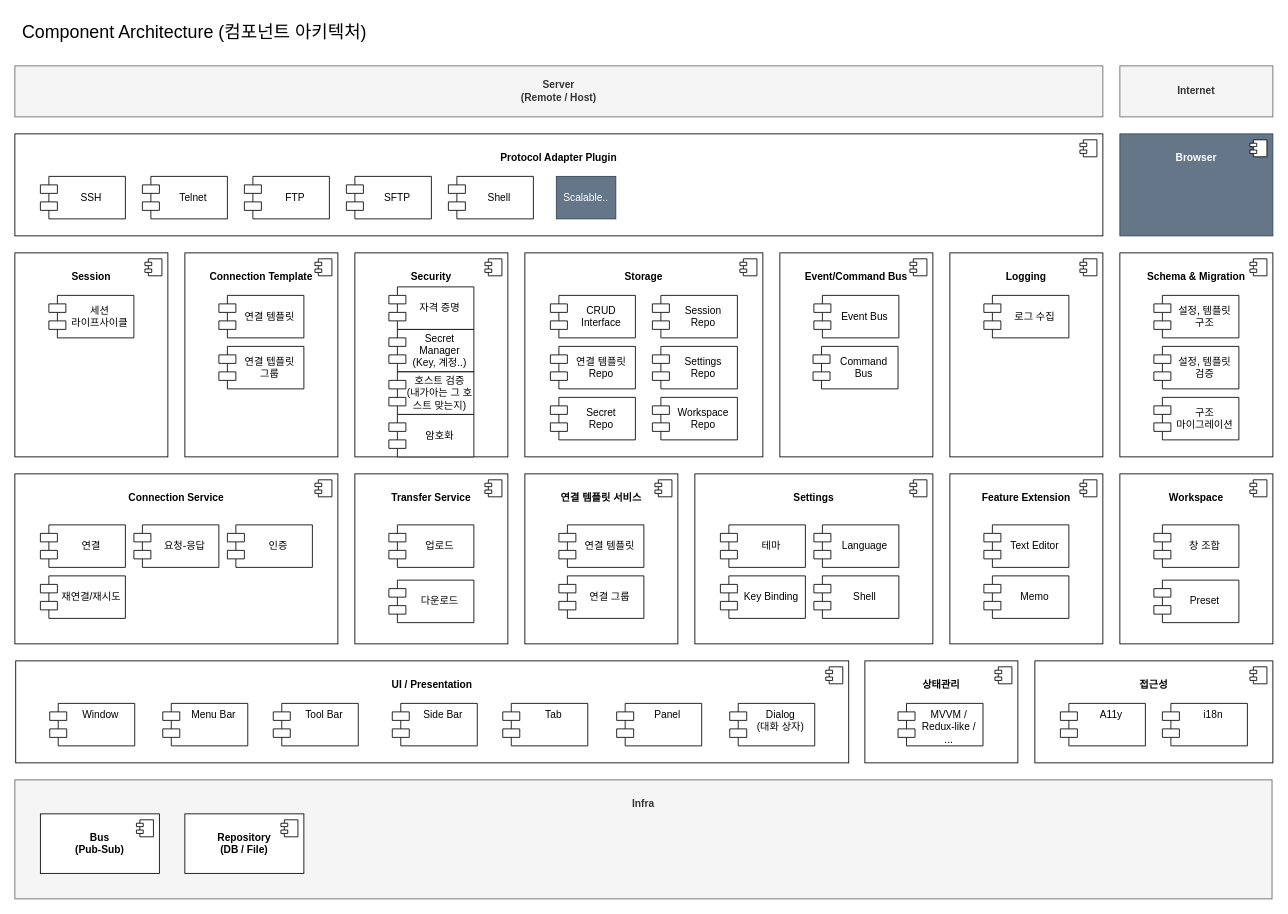
This is DOC/02_design/01_component_architecture.drawio from whdrns2013/DATerm, a draw.io file, before an edit. Source tidied: cells renumbered, new cells numbered last; positions are measured from the earlier drawing's top-left corner, leaving out a move shared by most shapes. Both pictures are drawn from the tidied source at 85%, with x=0, y=0 at pixel (14, 14).
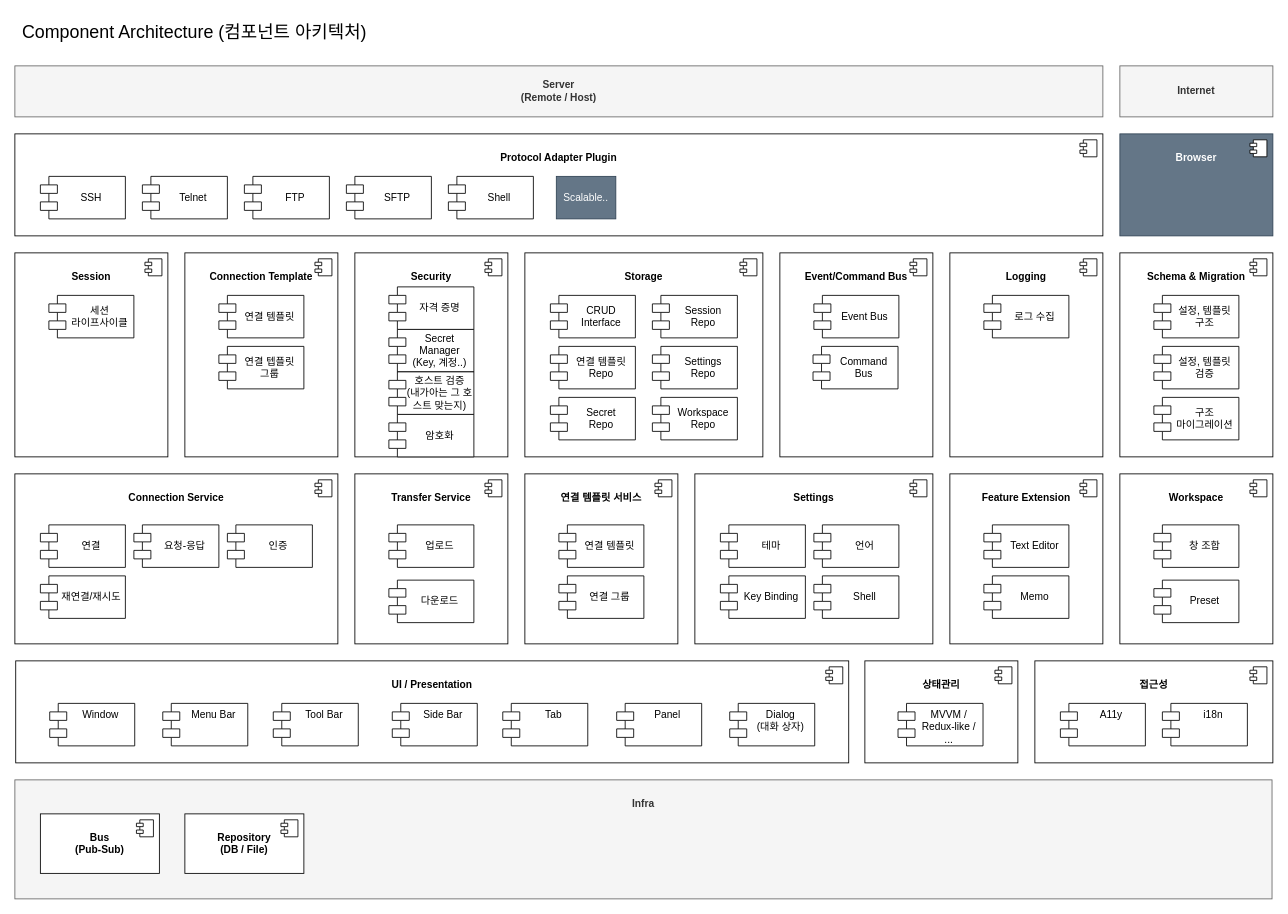
After the change.

The edit, as a diff of the source:
```diff
@@
-    <mxCell id="47" value="Language" style="shape=module;align=center;spacingLeft=20;align=center;verticalAlign=middle;whiteSpace=wrap;html=1;" parent="1" vertex="1">
+    <mxCell id="47" value="언어" style="shape=module;align=center;spacingLeft=20;align=center;verticalAlign=middle;whiteSpace=wrap;html=1;" parent="1" vertex="1">
       <mxGeometry x="940" y="600" width="100" height="50" as="geometry" />
     </mxCell>
```
